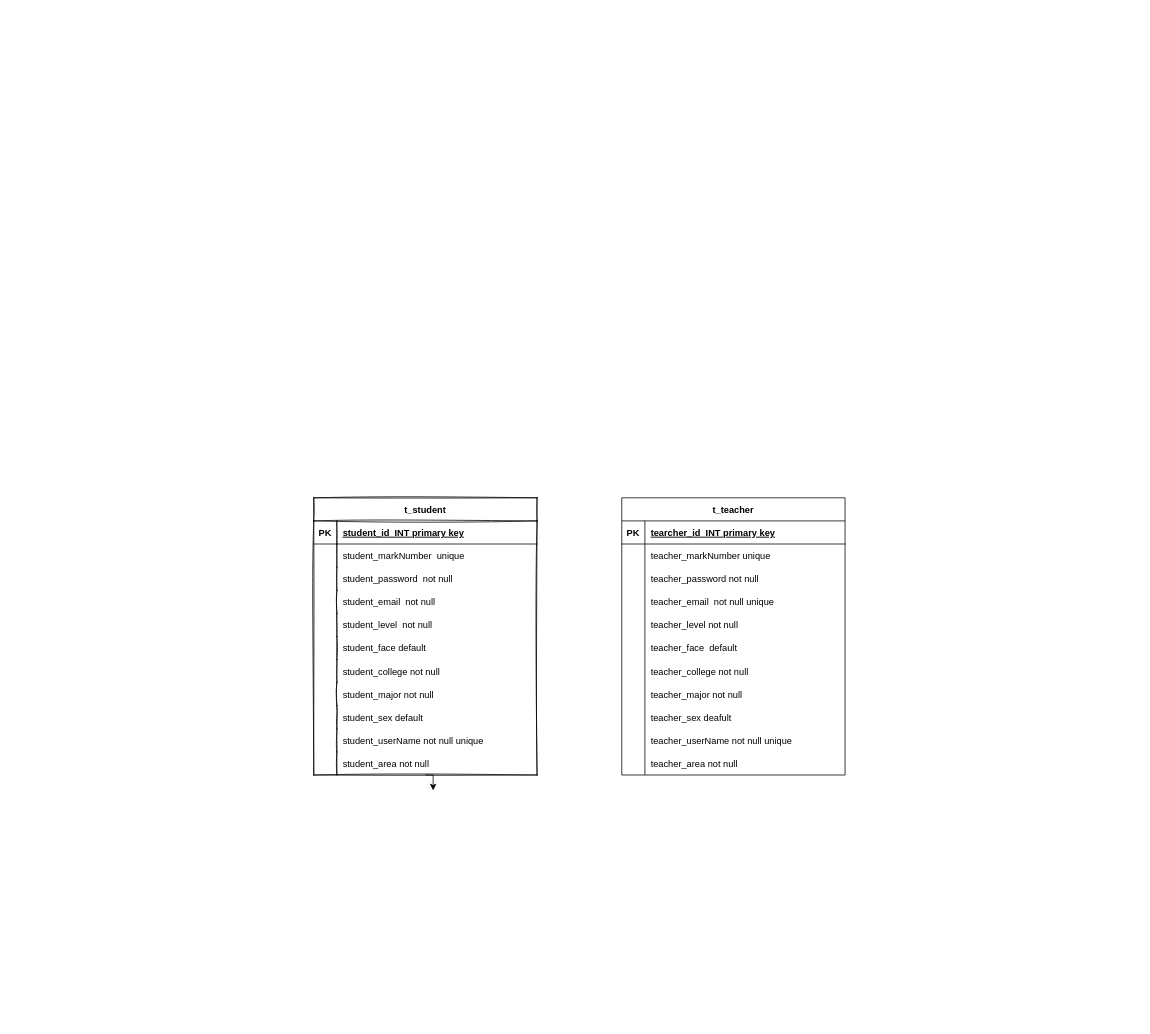
Florence-y/UniversityMutualPlatform keeps this draw.io diagram as img/databaseER.drawio. Above is the earlier version. Source tidied: cells renumbered, new cells numbered last; positions are measured from the earlier drawing's top-left corner, leaving out a move shared by most shapes. Both pictures are drawn from the tidied source at 77%, with x=0, y=0 at pixel (313, 497).
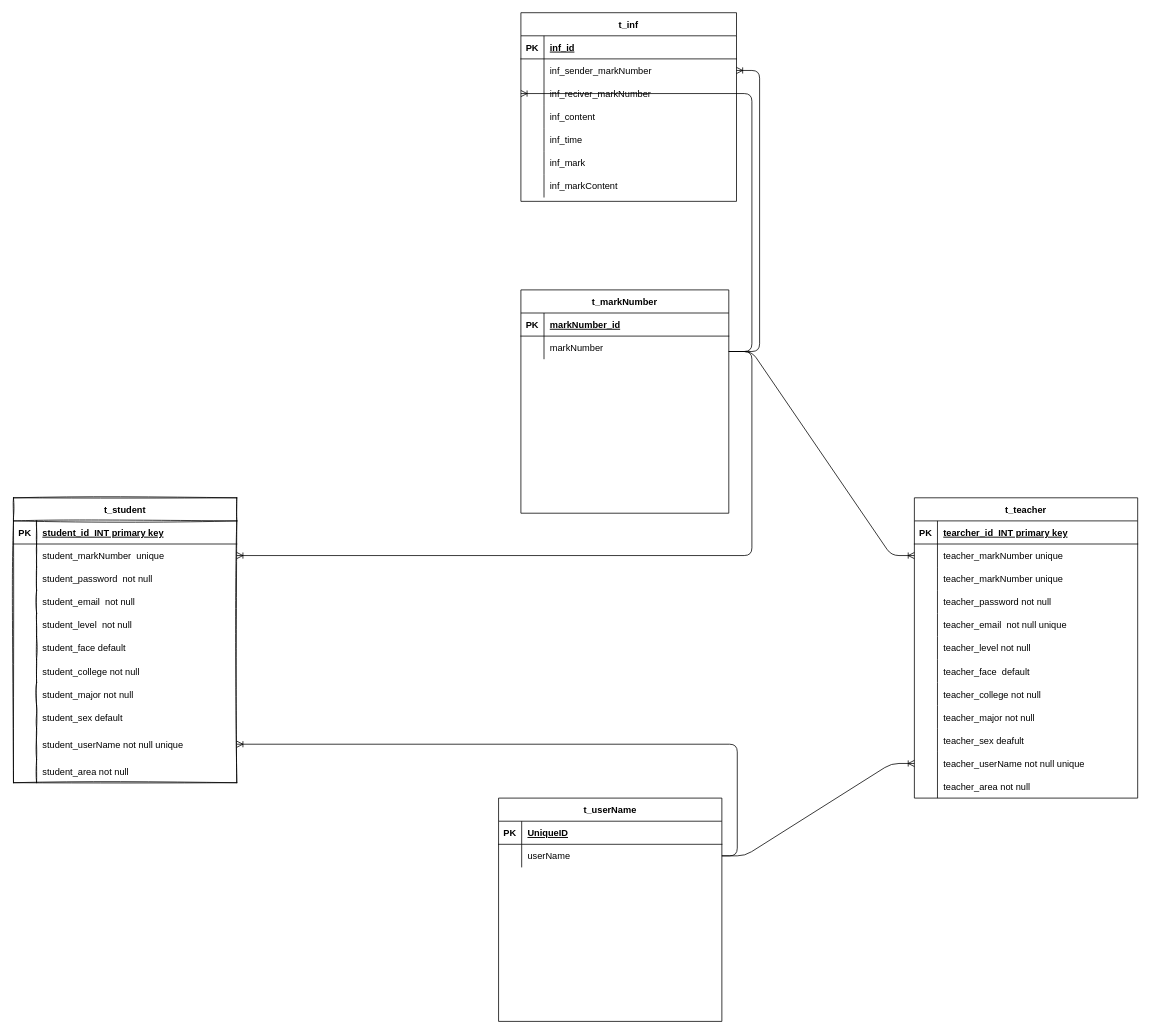
Above is the later version.

Unchanged cells that the change refers to:
```xml
<mxCell id="8" style="shape=partialRectangle;fillColor=none;top=0;left=0;bottom=0;right=0;points=[[0,0.5],[1,0.5]];portConstraint=eastwest;" parent="4" vertex="1">
  <mxGeometry y="60" width="290" height="30" as="geometry" />
</mxCell>
<mxCell id="41" style="group;" parent="40" vertex="1">
  <mxGeometry width="290" height="360" as="geometry" />
</mxCell>
```

Diff of the diagram source:
```diff
@@
     <mxCell id="3" style="group;" parent="1" vertex="1">
-      <mxGeometry width="291" height="360" as="geometry" />
+      <mxGeometry x="-390" width="291" height="360" as="geometry" />
     </mxCell>
     <mxCell id="4" value="t_student" style="shape=table;startSize=30;childLayout=tableLayout;rowLines=0;fontStyle=1;align=center;shadow=0;sketch=1;" parent="3" vertex="1">
-      <mxGeometry width="290" height="360" as="geometry" />
+      <mxGeometry width="290" height="370" as="geometry" />
     </mxCell>
@@
     <mxCell id="32" style="shape=partialRectangle;fillColor=none;top=0;left=0;bottom=0;right=0;points=[[0,0.5],[1,0.5]];portConstraint=eastwest;" parent="4" vertex="1">
-      <mxGeometry y="300" width="290" height="30" as="geometry" />
+      <mxGeometry y="300" width="290" height="40" as="geometry" />
     </mxCell>
     <mxCell id="33" style="shape=partialRectangle;fillColor=none;top=0;left=0;bottom=0;right=0;overflow=hidden;" parent="32" vertex="1">
-      <mxGeometry width="30" height="30" as="geometry" />
+      <mxGeometry width="30" height="40" as="geometry" />
     </mxCell>
     <mxCell id="34" value="student_userName not null unique" style="shape=partialRectangle;fillColor=none;top=0;left=0;bottom=0;right=0;align=left;spacingLeft=6;overflow=hidden;" parent="32" vertex="1">
-      <mxGeometry x="30" width="260" height="30" as="geometry" />
+      <mxGeometry x="30" width="260" height="40" as="geometry" />
     </mxCell>
     <mxCell id="35" style="shape=partialRectangle;fillColor=none;top=0;left=0;bottom=0;right=0;" parent="4" vertex="1">
-      <mxGeometry y="330" width="290" height="30" as="geometry" />
+      <mxGeometry y="340" width="290" height="30" as="geometry" />
     </mxCell>
@@
     <mxCell id="38" style="group;" parent="1" vertex="1">
-      <mxGeometry x="390" width="310" height="360" as="geometry" />
+      <mxGeometry x="770" width="310" height="360" as="geometry" />
     </mxCell>
@@
     <mxCell id="42" value="t_teacher" style="shape=table;startSize=30;childLayout=tableLayout;rowLines=0;fontStyle=1;align=center;" parent="41" vertex="1">
-      <mxGeometry width="290" height="360" as="geometry" />
+      <mxGeometry width="290" height="390" as="geometry" />
     </mxCell>
@@
+    <mxCell id="77" style="shape=partialRectangle;fillColor=none;top=0;left=0;bottom=0;right=0;points=[[0,0.5],[1,0.5]];portConstraint=eastwest;" parent="42" vertex="1">
+      <mxGeometry y="60" width="290" height="30" as="geometry" />
+    </mxCell>
+    <mxCell id="78" style="shape=partialRectangle;fillColor=none;top=0;left=0;bottom=0;right=0;overflow=hidden;" parent="77" vertex="1">
+      <mxGeometry width="30" height="30" as="geometry" />
+    </mxCell>
+    <mxCell id="79" value="teacher_markNumber unique" style="shape=partialRectangle;fillColor=none;top=0;left=0;bottom=0;right=0;align=left;spacingLeft=6;overflow=hidden;" parent="77" vertex="1">
+      <mxGeometry x="30" width="260" height="30" as="geometry" />
+    </mxCell>
     <mxCell id="46" style="shape=partialRectangle;fillColor=none;top=0;left=0;bottom=0;right=0;" parent="42" vertex="1">
-      <mxGeometry y="60" width="290" height="30" as="geometry" />
+      <mxGeometry y="90" width="290" height="30" as="geometry" />
     </mxCell>
@@
     <mxCell id="49" style="shape=partialRectangle;fillColor=none;top=0;left=0;bottom=0;right=0;" parent="42" vertex="1">
-      <mxGeometry y="90" width="290" height="30" as="geometry" />
+      <mxGeometry y="120" width="290" height="30" as="geometry" />
     </mxCell>
@@
     <mxCell id="52" style="shape=partialRectangle;fillColor=none;top=0;left=0;bottom=0;right=0;" parent="42" vertex="1">
-      <mxGeometry y="120" width="290" height="30" as="geometry" />
+      <mxGeometry y="150" width="290" height="30" as="geometry" />
     </mxCell>
@@
     <mxCell id="55" style="shape=partialRectangle;fillColor=none;top=0;left=0;bottom=0;right=0;" parent="42" vertex="1">
-      <mxGeometry y="150" width="290" height="30" as="geometry" />
+      <mxGeometry y="180" width="290" height="30" as="geometry" />
     </mxCell>
@@
     <mxCell id="58" style="shape=partialRectangle;fillColor=none;top=0;left=0;bottom=0;right=0;" parent="42" vertex="1">
-      <mxGeometry y="180" width="290" height="30" as="geometry" />
+      <mxGeometry y="210" width="290" height="30" as="geometry" />
     </mxCell>
@@
     <mxCell id="61" style="shape=partialRectangle;fillColor=none;top=0;left=0;bottom=0;right=0;" parent="42" vertex="1">
-      <mxGeometry y="210" width="290" height="30" as="geometry" />
+      <mxGeometry y="240" width="290" height="30" as="geometry" />
     </mxCell>
@@
     <mxCell id="64" style="shape=partialRectangle;fillColor=none;top=0;left=0;bottom=0;right=0;" parent="42" vertex="1">
-      <mxGeometry y="240" width="290" height="30" as="geometry" />
+      <mxGeometry y="270" width="290" height="30" as="geometry" />
     </mxCell>
@@
     <mxCell id="67" style="shape=partialRectangle;fillColor=none;top=0;left=0;bottom=0;right=0;" parent="42" vertex="1">
-      <mxGeometry y="270" width="290" height="30" as="geometry" />
+      <mxGeometry y="300" width="290" height="30" as="geometry" />
     </mxCell>
@@
     <mxCell id="70" style="shape=partialRectangle;fillColor=none;top=0;left=0;bottom=0;right=0;points=[[0,0.5],[1,0.5]];portConstraint=eastwest;" parent="42" vertex="1">
-      <mxGeometry y="300" width="290" height="30" as="geometry" />
+      <mxGeometry y="330" width="290" height="30" as="geometry" />
     </mxCell>
@@
     <mxCell id="73" style="shape=partialRectangle;fillColor=none;top=0;left=0;bottom=0;right=0;" parent="42" vertex="1">
-      <mxGeometry y="330" width="290" height="30" as="geometry" />
+      <mxGeometry y="360" width="290" height="30" as="geometry" />
     </mxCell>
@@
-    <mxCell id="76" style="edgeStyle=orthogonalEdgeStyle;rounded=0;jettySize=auto;html=1;exitX=0.5;exitY=1;exitDx=0;exitDy=0;" parent="1" edge="1" source="4">
-      <mxGeometry relative="1" as="geometry">
-        <mxPoint x="155" y="380" as="targetPoint" />
-      </mxGeometry>
-    </mxCell>
+    <mxCell id="80" value="t_markNumber" style="shape=table;startSize=30;childLayout=tableLayout;rowLines=0;fontStyle=1;align=center;" parent="1" vertex="1">
+      <mxGeometry x="269" y="-270" width="270" height="290" as="geometry" />
+    </mxCell>
+    <mxCell id="81" style="shape=partialRectangle;fillColor=none;top=0;left=0;bottom=1;right=0;" parent="80" vertex="1">
+      <mxGeometry y="30" width="270" height="30" as="geometry" />
+    </mxCell>
+    <mxCell id="82" value="PK" style="shape=partialRectangle;fillColor=none;top=0;left=0;bottom=0;right=0;fontStyle=1;overflow=hidden;" parent="81" vertex="1">
+      <mxGeometry width="30" height="30" as="geometry" />
+    </mxCell>
+    <mxCell id="83" value="markNumber_id" style="shape=partialRectangle;fillColor=none;top=0;left=0;bottom=0;right=0;align=left;spacingLeft=6;fontStyle=5;overflow=hidden;" parent="81" vertex="1">
+      <mxGeometry x="30" width="240" height="30" as="geometry" />
+    </mxCell>
+    <mxCell id="84" style="shape=partialRectangle;fillColor=none;top=0;left=0;bottom=0;right=0;" parent="80" vertex="1">
+      <mxGeometry y="60" width="270" height="30" as="geometry" />
+    </mxCell>
+    <mxCell id="85" style="shape=partialRectangle;fillColor=none;top=0;left=0;bottom=0;right=0;overflow=hidden;" parent="84" vertex="1">
+      <mxGeometry width="30" height="30" as="geometry" />
+    </mxCell>
+    <mxCell id="86" value="markNumber" style="shape=partialRectangle;fillColor=none;top=0;left=0;bottom=0;right=0;align=left;spacingLeft=6;overflow=hidden;" parent="84" vertex="1">
+      <mxGeometry x="30" width="240" height="30" as="geometry" />
+    </mxCell>
+    <mxCell id="87" value="t_inf" style="shape=table;startSize=30;childLayout=tableLayout;rowLines=0;fontStyle=1;align=center;" parent="1" vertex="1">
+      <mxGeometry x="269" y="-630" width="280" height="245" as="geometry" />
+    </mxCell>
+    <mxCell id="88" style="shape=partialRectangle;fillColor=none;top=0;left=0;bottom=1;right=0;" parent="87" vertex="1">
+      <mxGeometry y="30" width="280" height="30" as="geometry" />
+    </mxCell>
+    <mxCell id="89" value="PK" style="shape=partialRectangle;fillColor=none;top=0;left=0;bottom=0;right=0;fontStyle=1;overflow=hidden;" parent="88" vertex="1">
+      <mxGeometry width="30" height="30" as="geometry" />
+    </mxCell>
+    <mxCell id="90" value="inf_id" style="shape=partialRectangle;fillColor=none;top=0;left=0;bottom=0;right=0;align=left;spacingLeft=6;fontStyle=5;overflow=hidden;" parent="88" vertex="1">
+      <mxGeometry x="30" width="250" height="30" as="geometry" />
+    </mxCell>
+    <mxCell id="91" style="shape=partialRectangle;fillColor=none;top=0;left=0;bottom=0;right=0;points=[[0,0.5],[1,0.5]];portConstraint=eastwest;" parent="87" vertex="1">
+      <mxGeometry y="60" width="280" height="30" as="geometry" />
+    </mxCell>
+    <mxCell id="92" style="shape=partialRectangle;fillColor=none;top=0;left=0;bottom=0;right=0;overflow=hidden;" parent="91" vertex="1">
+      <mxGeometry width="30" height="30" as="geometry" />
+    </mxCell>
+    <mxCell id="93" value="inf_sender_markNumber" style="shape=partialRectangle;fillColor=none;top=0;left=0;bottom=0;right=0;align=left;spacingLeft=6;overflow=hidden;" parent="91" vertex="1">
+      <mxGeometry x="30" width="250" height="30" as="geometry" />
+    </mxCell>
+    <mxCell id="94" style="shape=partialRectangle;fillColor=none;top=0;left=0;bottom=0;right=0;points=[[0,0.5],[1,0.5]];portConstraint=eastwest;" parent="87" vertex="1">
+      <mxGeometry y="90" width="280" height="30" as="geometry" />
+    </mxCell>
+    <mxCell id="95" style="shape=partialRectangle;fillColor=none;top=0;left=0;bottom=0;right=0;overflow=hidden;" parent="94" vertex="1">
+      <mxGeometry width="30" height="30" as="geometry" />
+    </mxCell>
+    <mxCell id="96" value="inf_reciver_markNumber" style="shape=partialRectangle;fillColor=none;top=0;left=0;bottom=0;right=0;align=left;spacingLeft=6;overflow=hidden;" parent="94" vertex="1">
+      <mxGeometry x="30" width="250" height="30" as="geometry" />
+    </mxCell>
+    <mxCell id="97" style="shape=partialRectangle;fillColor=none;top=0;left=0;bottom=0;right=0;" parent="87" vertex="1">
+      <mxGeometry y="120" width="280" height="30" as="geometry" />
+    </mxCell>
+    <mxCell id="98" style="shape=partialRectangle;fillColor=none;top=0;left=0;bottom=0;right=0;overflow=hidden;" parent="97" vertex="1">
+      <mxGeometry width="30" height="30" as="geometry" />
+    </mxCell>
+    <mxCell id="99" value="inf_content" style="shape=partialRectangle;fillColor=none;top=0;left=0;bottom=0;right=0;align=left;spacingLeft=6;overflow=hidden;" parent="97" vertex="1">
+      <mxGeometry x="30" width="250" height="30" as="geometry" />
+    </mxCell>
+    <mxCell id="100" style="shape=partialRectangle;fillColor=none;top=0;left=0;bottom=0;right=0;" parent="87" vertex="1">
+      <mxGeometry y="150" width="280" height="30" as="geometry" />
+    </mxCell>
+    <mxCell id="101" style="shape=partialRectangle;fillColor=none;top=0;left=0;bottom=0;right=0;overflow=hidden;" parent="100" vertex="1">
+      <mxGeometry width="30" height="30" as="geometry" />
+    </mxCell>
+    <mxCell id="102" value="inf_time" style="shape=partialRectangle;fillColor=none;top=0;left=0;bottom=0;right=0;align=left;spacingLeft=6;overflow=hidden;" parent="100" vertex="1">
+      <mxGeometry x="30" width="250" height="30" as="geometry" />
+    </mxCell>
+    <mxCell id="103" style="shape=partialRectangle;fillColor=none;top=0;left=0;bottom=0;right=0;" parent="87" vertex="1">
+      <mxGeometry y="180" width="280" height="30" as="geometry" />
+    </mxCell>
+    <mxCell id="104" style="shape=partialRectangle;fillColor=none;top=0;left=0;bottom=0;right=0;overflow=hidden;" parent="103" vertex="1">
+      <mxGeometry width="30" height="30" as="geometry" />
+    </mxCell>
+    <mxCell id="105" value="inf_mark" style="shape=partialRectangle;fillColor=none;top=0;left=0;bottom=0;right=0;align=left;spacingLeft=6;overflow=hidden;" parent="103" vertex="1">
+      <mxGeometry x="30" width="250" height="30" as="geometry" />
+    </mxCell>
+    <mxCell id="106" style="shape=partialRectangle;fillColor=none;top=0;left=0;bottom=0;right=0;" parent="87" vertex="1">
+      <mxGeometry y="210" width="280" height="30" as="geometry" />
+    </mxCell>
+    <mxCell id="107" style="shape=partialRectangle;fillColor=none;top=0;left=0;bottom=0;right=0;overflow=hidden;" parent="106" vertex="1">
+      <mxGeometry width="30" height="30" as="geometry" />
+    </mxCell>
+    <mxCell id="108" value="inf_markContent" style="shape=partialRectangle;fillColor=none;top=0;left=0;bottom=0;right=0;align=left;spacingLeft=6;overflow=hidden;" parent="106" vertex="1">
+      <mxGeometry x="30" width="250" height="30" as="geometry" />
+    </mxCell>
+    <mxCell id="109" style="edgeStyle=entityRelationEdgeStyle;fontSize=12;html=1;endArrow=ERoneToMany;entryX=0;entryY=0.5;entryDx=0;entryDy=0;" parent="1" edge="1" target="94">
+      <mxGeometry relative="1" as="geometry">
+        <mxPoint x="539" y="-190" as="sourcePoint" />
+      </mxGeometry>
+    </mxCell>
+    <mxCell id="110" style="edgeStyle=entityRelationEdgeStyle;fontSize=12;html=1;endArrow=ERoneToMany;" parent="1" edge="1" target="91">
+      <mxGeometry relative="1" as="geometry">
+        <mxPoint x="549" y="-190" as="sourcePoint" />
+      </mxGeometry>
+    </mxCell>
+    <mxCell id="111" style="edgeStyle=entityRelationEdgeStyle;fontSize=12;html=1;endArrow=ERoneToMany;" parent="1" edge="1" target="8">
+      <mxGeometry relative="1" as="geometry">
+        <mxPoint x="539" y="-190" as="sourcePoint" />
+      </mxGeometry>
+    </mxCell>
+    <mxCell id="112" style="edgeStyle=entityRelationEdgeStyle;fontSize=12;html=1;endArrow=ERoneToMany;entryX=0;entryY=0.5;entryDx=0;entryDy=0;" parent="1" edge="1" target="77">
+      <mxGeometry relative="1" as="geometry">
+        <mxPoint x="539" y="-190" as="sourcePoint" />
+      </mxGeometry>
+    </mxCell>
+    <mxCell id="113" style="edgeStyle=entityRelationEdgeStyle;fontSize=12;html=1;endArrow=ERoneToMany;exitX=1;exitY=0.5;exitDx=0;exitDy=0;entryX=0;entryY=0.5;entryDx=0;entryDy=0;" parent="1" edge="1" source="119" target="70">
+      <mxGeometry relative="1" as="geometry" />
+    </mxCell>
+    <mxCell id="114" style="fontSize=12;html=1;endArrow=ERoneToMany;exitX=1;exitY=0.5;exitDx=0;exitDy=0;entryX=1;entryY=0.5;entryDx=0;entryDy=0;edgeStyle=elbowEdgeStyle;elbow=vertical;" parent="1" edge="1" source="119" target="32">
+      <mxGeometry relative="1" as="geometry">
+        <Array as="points">
+          <mxPoint x="550" y="370" />
+          <mxPoint x="250" y="320" />
+        </Array>
+      </mxGeometry>
+    </mxCell>
+    <mxCell id="115" value="t_userName" style="shape=table;startSize=30;childLayout=tableLayout;rowLines=0;fontStyle=1;align=center;" parent="1" vertex="1">
+      <mxGeometry x="240" y="390" width="290" height="290" as="geometry" />
+    </mxCell>
+    <mxCell id="116" style="shape=partialRectangle;fillColor=none;top=0;left=0;bottom=1;right=0;" parent="115" vertex="1">
+      <mxGeometry y="30" width="290" height="30" as="geometry" />
+    </mxCell>
+    <mxCell id="117" value="PK" style="shape=partialRectangle;fillColor=none;top=0;left=0;bottom=0;right=0;fontStyle=1;overflow=hidden;" parent="116" vertex="1">
+      <mxGeometry width="30" height="30" as="geometry" />
+    </mxCell>
+    <mxCell id="118" value="UniqueID" style="shape=partialRectangle;fillColor=none;top=0;left=0;bottom=0;right=0;align=left;spacingLeft=6;fontStyle=5;overflow=hidden;" parent="116" vertex="1">
+      <mxGeometry x="30" width="260" height="30" as="geometry" />
+    </mxCell>
+    <mxCell id="119" style="shape=partialRectangle;fillColor=none;top=0;left=0;bottom=0;right=0;points=[[0,0.5],[1,0.5]];portConstraint=eastwest;" parent="115" vertex="1">
+      <mxGeometry y="60" width="290" height="30" as="geometry" />
+    </mxCell>
+    <mxCell id="120" style="shape=partialRectangle;fillColor=none;top=0;left=0;bottom=0;right=0;overflow=hidden;" parent="119" vertex="1">
+      <mxGeometry width="30" height="30" as="geometry" />
+    </mxCell>
+    <mxCell id="121" value="userName" style="shape=partialRectangle;fillColor=none;top=0;left=0;bottom=0;right=0;align=left;spacingLeft=6;overflow=hidden;" parent="119" vertex="1">
+      <mxGeometry x="30" width="260" height="30" as="geometry" />
+    </mxCell>
```
